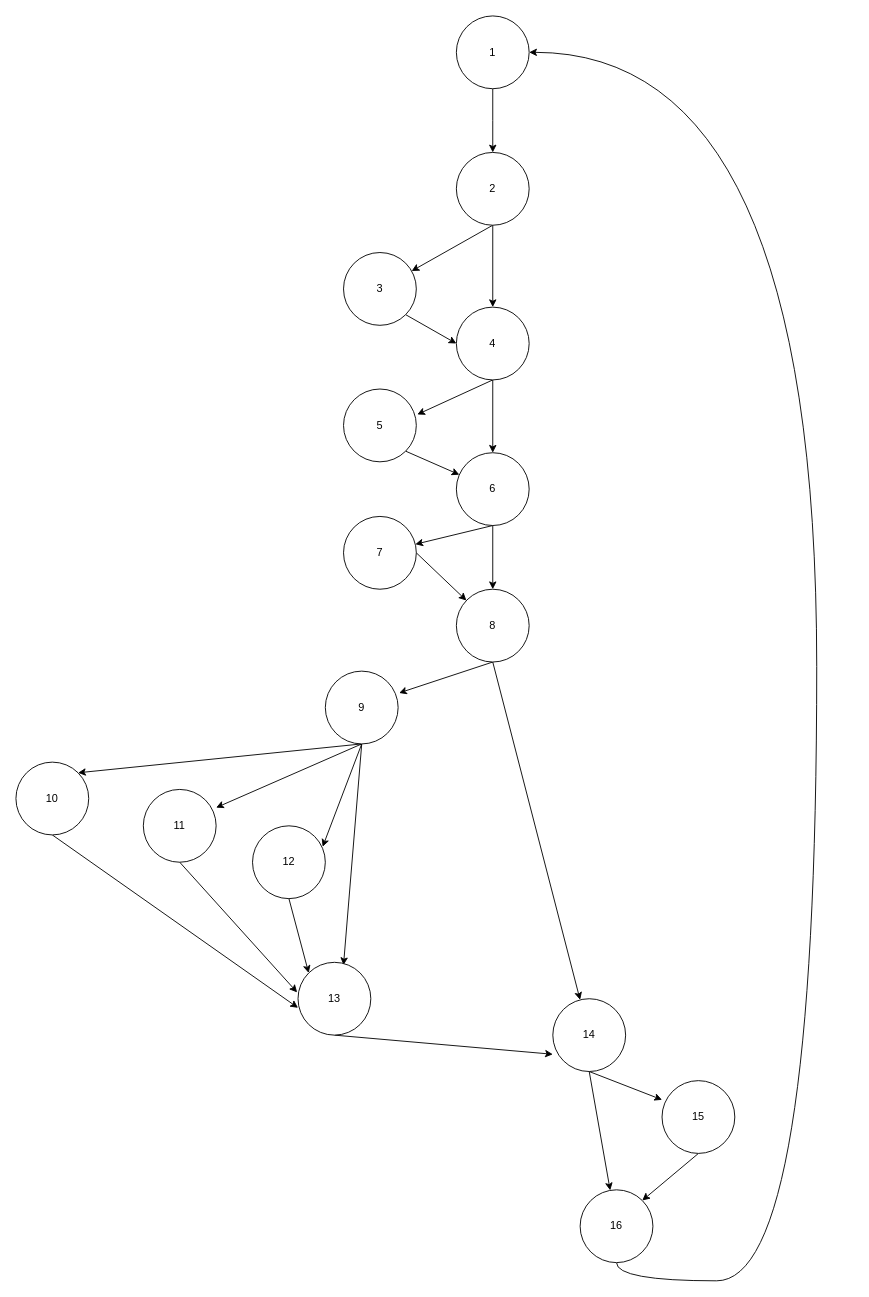
The draw.io diagram MCC_PWFE.drawio in robbiemcgugan-18/Dissertation_Diagrams, before the edit. Source tidied: cells renumbered, new cells numbered last; positions are measured from the earlier drawing's top-left corner, leaving out a move shared by most shapes. Both pictures are drawn from the tidied source at 91%, with x=0, y=0 at pixel (15, 15).
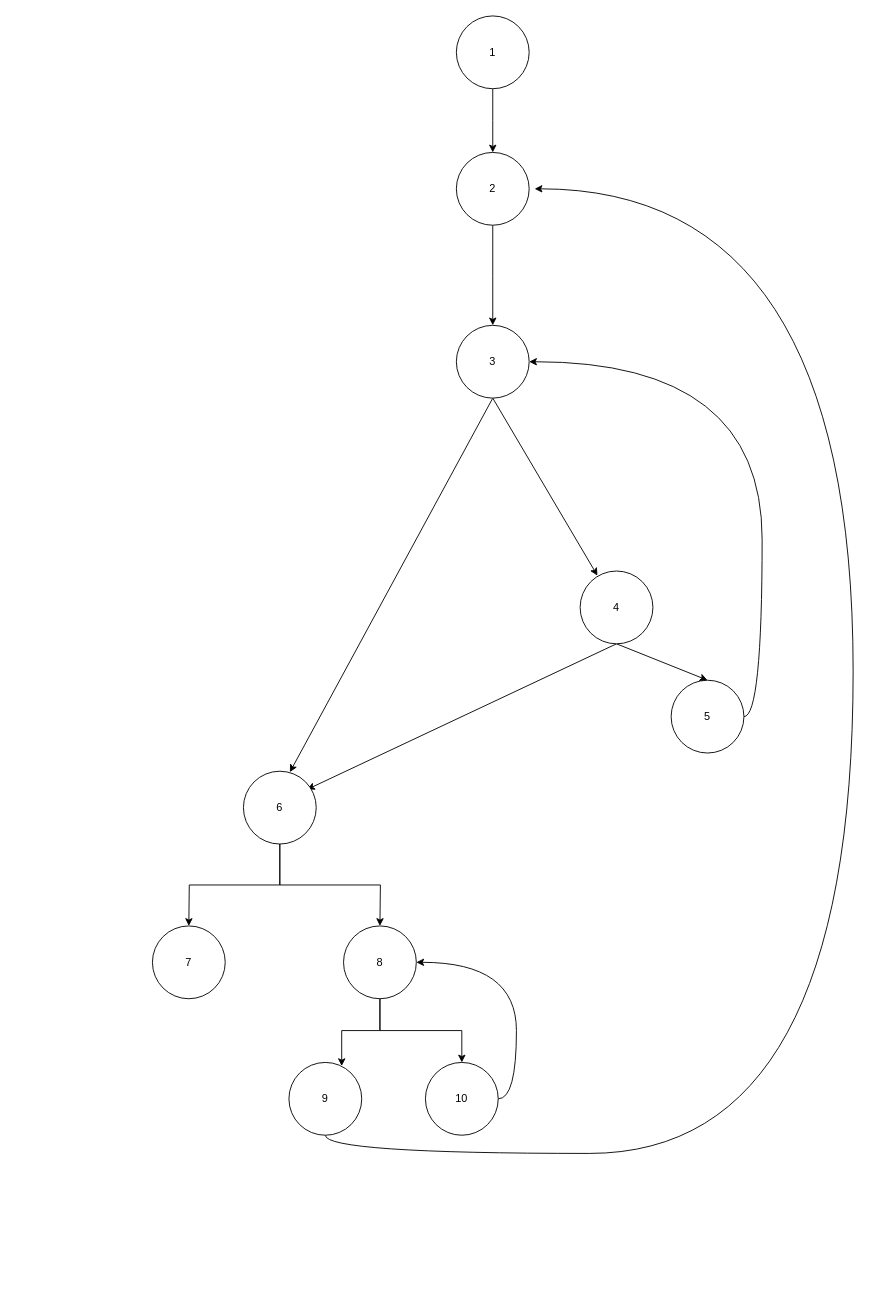
The same page after the edit.

Unchanged cells that the change refers to:
```xml
<mxCell id="3" value="1" style="ellipse;whiteSpace=wrap;html=1;" parent="1" vertex="1">
  <mxGeometry x="484" width="80" height="80" as="geometry" />
</mxCell>
<mxCell id="6" value="2" style="ellipse;whiteSpace=wrap;html=1;" parent="1" vertex="1">
  <mxGeometry x="484" y="150" width="80" height="80" as="geometry" />
</mxCell>
```

What changed in the source:
```diff
@@
-    <mxCell id="4" style="rounded=0;jettySize=auto;html=1;exitX=0.5;exitY=1;exitDx=0;exitDy=0;" parent="1" edge="1" source="6" target="8">
-      <mxGeometry relative="1" as="geometry" />
-    </mxCell>
-    <mxCell id="5" style="edgeStyle=orthogonalEdgeStyle;rounded=0;jettySize=auto;html=1;exitX=0.5;exitY=1;exitDx=0;exitDy=0;" parent="1" edge="1" source="6" target="11">
-      <mxGeometry relative="1" as="geometry" />
-    </mxCell>
+    <mxCell id="42" style="edgeStyle=orthogonalEdgeStyle;rounded=0;jettySize=auto;html=1;" parent="1" edge="1" source="6">
+      <mxGeometry relative="1" as="geometry">
+        <mxPoint x="524" y="340" as="targetPoint" />
+      </mxGeometry>
+    </mxCell>
@@
-    <mxCell id="7" style="rounded=0;jettySize=auto;html=1;exitX=1;exitY=1;exitDx=0;exitDy=0;entryX=0;entryY=0.5;entryDx=0;entryDy=0;" parent="1" edge="1" source="8" target="11">
+    <mxCell id="7" style="rounded=0;jettySize=auto;html=1;exitX=0.5;exitY=1;exitDx=0;exitDy=0;entryX=0.238;entryY=0.063;entryDx=0;entryDy=0;entryPerimeter=0;" parent="1" edge="1" source="8" target="11">
       <mxGeometry relative="1" as="geometry" />
     </mxCell>
+    <mxCell id="43" style="rounded=0;jettySize=auto;html=1;exitX=0.5;exitY=1;exitDx=0;exitDy=0;entryX=0.638;entryY=0.013;entryDx=0;entryDy=0;entryPerimeter=0;" parent="1" edge="1" source="8" target="16">
+      <mxGeometry relative="1" as="geometry" />
+    </mxCell>
     <mxCell id="8" value="3" style="ellipse;whiteSpace=wrap;html=1;" parent="1" vertex="1">
-      <mxGeometry x="360" y="260" width="80" height="80" as="geometry" />
+      <mxGeometry x="484" y="340" width="80" height="80" as="geometry" />
     </mxCell>
-    <mxCell id="9" style="rounded=0;jettySize=auto;html=1;exitX=0.5;exitY=1;exitDx=0;exitDy=0;entryX=1.013;entryY=0.35;entryDx=0;entryDy=0;entryPerimeter=0;" parent="1" edge="1" source="11" target="13">
-      <mxGeometry relative="1" as="geometry" />
-    </mxCell>
-    <mxCell id="10" style="edgeStyle=orthogonalEdgeStyle;rounded=0;jettySize=auto;html=1;exitX=0.5;exitY=1;exitDx=0;exitDy=0;entryX=0.5;entryY=0;entryDx=0;entryDy=0;" parent="1" edge="1" source="11" target="16">
+    <mxCell id="10" style="rounded=0;jettySize=auto;html=1;exitX=0.5;exitY=1;exitDx=0;exitDy=0;entryX=0.875;entryY=0.25;entryDx=0;entryDy=0;entryPerimeter=0;" parent="1" edge="1" source="11" target="16">
       <mxGeometry relative="1" as="geometry" />
     </mxCell>
+    <mxCell id="44" style="rounded=0;jettySize=auto;html=1;exitX=0.5;exitY=1;exitDx=0;exitDy=0;" parent="1" edge="1" source="11">
+      <mxGeometry relative="1" as="geometry">
+        <mxPoint x="760" y="730" as="targetPoint" />
+      </mxGeometry>
+    </mxCell>
     <mxCell id="11" value="4" style="ellipse;whiteSpace=wrap;html=1;" parent="1" vertex="1">
-      <mxGeometry x="484" y="320" width="80" height="80" as="geometry" />
+      <mxGeometry x="620" y="610" width="80" height="80" as="geometry" />
     </mxCell>
-    <mxCell id="12" style="rounded=0;jettySize=auto;html=1;exitX=1;exitY=1;exitDx=0;exitDy=0;" parent="1" edge="1" source="13" target="16">
-      <mxGeometry relative="1" as="geometry" />
-    </mxCell>
+    <mxCell id="45" style="edgeStyle=orthogonalEdgeStyle;rounded=0;jettySize=auto;html=1;exitX=0.5;exitY=1;exitDx=0;exitDy=0;" parent="1" edge="1" source="16">
+      <mxGeometry relative="1" as="geometry">
+        <mxPoint x="400" y="1000" as="targetPoint" />
+      </mxGeometry>
+    </mxCell>
+    <mxCell id="46" style="edgeStyle=orthogonalEdgeStyle;rounded=0;jettySize=auto;html=1;exitX=0.5;exitY=1;exitDx=0;exitDy=0;" parent="1" edge="1" source="16">
+      <mxGeometry relative="1" as="geometry">
+        <mxPoint x="190" y="1000" as="targetPoint" />
+      </mxGeometry>
+    </mxCell>
+    <mxCell id="16" value="6" style="ellipse;whiteSpace=wrap;html=1;" parent="1" vertex="1">
+      <mxGeometry x="250" y="830" width="80" height="80" as="geometry" />
+    </mxCell>
+    <mxCell id="47" style="edgeStyle=orthogonalEdgeStyle;jettySize=auto;html=1;exitX=1;exitY=0.5;exitDx=0;exitDy=0;entryX=1;entryY=0.5;entryDx=0;entryDy=0;curved=1;" parent="1" edge="1" source="13" target="8">
+      <mxGeometry relative="1" as="geometry" />
+    </mxCell>
     <mxCell id="13" value="5" style="ellipse;whiteSpace=wrap;html=1;" parent="1" vertex="1">
-      <mxGeometry x="360" y="410" width="80" height="80" as="geometry" />
+      <mxGeometry x="720" y="730" width="80" height="80" as="geometry" />
     </mxCell>
-    <mxCell id="14" style="rounded=0;jettySize=auto;html=1;exitX=0.5;exitY=1;exitDx=0;exitDy=0;" parent="1" edge="1" source="16" target="18">
-      <mxGeometry relative="1" as="geometry" />
-    </mxCell>
-    <mxCell id="15" style="edgeStyle=orthogonalEdgeStyle;rounded=0;jettySize=auto;html=1;exitX=0.5;exitY=1;exitDx=0;exitDy=0;" parent="1" edge="1" source="16" target="21">
-      <mxGeometry relative="1" as="geometry" />
-    </mxCell>
-    <mxCell id="16" value="6" style="ellipse;whiteSpace=wrap;html=1;" parent="1" vertex="1">
-      <mxGeometry x="484" y="480" width="80" height="80" as="geometry" />
-    </mxCell>
-    <mxCell id="17" style="rounded=0;jettySize=auto;html=1;exitX=1;exitY=0.5;exitDx=0;exitDy=0;" parent="1" edge="1" source="18" target="21">
-      <mxGeometry relative="1" as="geometry" />
-    </mxCell>
+    <mxCell id="19" style="edgeStyle=orthogonalEdgeStyle;rounded=0;jettySize=auto;html=1;exitX=0.5;exitY=1;exitDx=0;exitDy=0;entryX=0.725;entryY=0.05;entryDx=0;entryDy=0;entryPerimeter=0;" parent="1" edge="1" source="21" target="26">
+      <mxGeometry relative="1" as="geometry" />
+    </mxCell>
+    <mxCell id="48" style="edgeStyle=orthogonalEdgeStyle;rounded=0;jettySize=auto;html=1;exitX=0.5;exitY=1;exitDx=0;exitDy=0;" parent="1" edge="1" source="21" target="37">
+      <mxGeometry relative="1" as="geometry" />
+    </mxCell>
+    <mxCell id="21" value="8" style="ellipse;whiteSpace=wrap;html=1;" parent="1" vertex="1">
+      <mxGeometry x="360" y="1000" width="80" height="80" as="geometry" />
+    </mxCell>
     <mxCell id="18" value="7" style="ellipse;whiteSpace=wrap;html=1;" parent="1" vertex="1">
-      <mxGeometry x="360" y="550" width="80" height="80" as="geometry" />
+      <mxGeometry x="150" y="1000" width="80" height="80" as="geometry" />
     </mxCell>
-    <mxCell id="19" style="rounded=0;jettySize=auto;html=1;exitX=0.5;exitY=1;exitDx=0;exitDy=0;entryX=1.013;entryY=0.3;entryDx=0;entryDy=0;entryPerimeter=0;" parent="1" edge="1" source="21" target="26">
-      <mxGeometry relative="1" as="geometry" />
-    </mxCell>
-    <mxCell id="20" style="rounded=0;jettySize=auto;html=1;exitX=0.5;exitY=1;exitDx=0;exitDy=0;" parent="1" edge="1" source="21" target="29">
-      <mxGeometry relative="1" as="geometry" />
-    </mxCell>
-    <mxCell id="21" value="8" style="ellipse;whiteSpace=wrap;html=1;" parent="1" vertex="1">
-      <mxGeometry x="484" y="630" width="80" height="80" as="geometry" />
-    </mxCell>
-    <mxCell id="22" style="rounded=0;jettySize=auto;html=1;exitX=0.5;exitY=1;exitDx=0;exitDy=0;entryX=1;entryY=0;entryDx=0;entryDy=0;" parent="1" edge="1" source="26" target="37">
-      <mxGeometry relative="1" as="geometry" />
-    </mxCell>
-    <mxCell id="23" style="rounded=0;jettySize=auto;html=1;exitX=0.5;exitY=1;exitDx=0;exitDy=0;entryX=1;entryY=0.25;entryDx=0;entryDy=0;entryPerimeter=0;" parent="1" edge="1" source="26" target="39">
-      <mxGeometry relative="1" as="geometry" />
-    </mxCell>
-    <mxCell id="24" style="rounded=0;jettySize=auto;html=1;exitX=0.5;exitY=1;exitDx=0;exitDy=0;entryX=0.963;entryY=0.288;entryDx=0;entryDy=0;entryPerimeter=0;" parent="1" edge="1" source="26" target="41">
-      <mxGeometry relative="1" as="geometry" />
-    </mxCell>
-    <mxCell id="25" style="rounded=0;jettySize=auto;html=1;exitX=0.5;exitY=1;exitDx=0;exitDy=0;entryX=0.625;entryY=0.038;entryDx=0;entryDy=0;entryPerimeter=0;" parent="1" edge="1" source="26" target="35">
-      <mxGeometry relative="1" as="geometry" />
-    </mxCell>
+    <mxCell id="49" style="edgeStyle=orthogonalEdgeStyle;jettySize=auto;html=1;exitX=0.5;exitY=1;exitDx=0;exitDy=0;curved=1;" parent="1" edge="1" source="26">
+      <mxGeometry relative="1" as="geometry">
+        <mxPoint x="570" y="190" as="targetPoint" />
+        <Array as="points">
+          <mxPoint x="340" y="1250" />
+          <mxPoint x="920" y="1250" />
+          <mxPoint x="920" y="190" />
+        </Array>
+      </mxGeometry>
+    </mxCell>
     <mxCell id="26" value="9" style="ellipse;whiteSpace=wrap;html=1;" parent="1" vertex="1">
-      <mxGeometry x="340" y="720" width="80" height="80" as="geometry" />
+      <mxGeometry x="300" y="1150" width="80" height="80" as="geometry" />
     </mxCell>
-    <mxCell id="27" style="rounded=0;jettySize=auto;html=1;exitX=0.5;exitY=1;exitDx=0;exitDy=0;entryX=0;entryY=0.263;entryDx=0;entryDy=0;entryPerimeter=0;" parent="1" edge="1" source="29" target="31">
-      <mxGeometry relative="1" as="geometry" />
-    </mxCell>
-    <mxCell id="28" style="rounded=0;jettySize=auto;html=1;exitX=0.5;exitY=1;exitDx=0;exitDy=0;" parent="1" edge="1" source="29" target="33">
-      <mxGeometry relative="1" as="geometry" />
-    </mxCell>
-    <mxCell id="29" value="14" style="ellipse;whiteSpace=wrap;html=1;" parent="1" vertex="1">
-      <mxGeometry x="590" y="1080" width="80" height="80" as="geometry" />
-    </mxCell>
-    <mxCell id="30" style="rounded=0;jettySize=auto;html=1;exitX=0.5;exitY=1;exitDx=0;exitDy=0;entryX=1;entryY=0;entryDx=0;entryDy=0;" parent="1" edge="1" source="31" target="33">
-      <mxGeometry relative="1" as="geometry" />
-    </mxCell>
-    <mxCell id="31" value="15" style="ellipse;whiteSpace=wrap;html=1;" parent="1" vertex="1">
-      <mxGeometry x="710" y="1170" width="80" height="80" as="geometry" />
-    </mxCell>
-    <mxCell id="32" style="edgeStyle=orthogonalEdgeStyle;jettySize=auto;html=1;exitX=0.5;exitY=1;exitDx=0;exitDy=0;entryX=1;entryY=0.5;entryDx=0;entryDy=0;curved=1;" parent="1" edge="1" source="33" target="3">
-      <mxGeometry relative="1" as="geometry">
-        <Array as="points">
-          <mxPoint x="660" y="1390" />
-          <mxPoint x="880" y="1390" />
-          <mxPoint x="880" y="40" />
-        </Array>
-      </mxGeometry>
-    </mxCell>
-    <mxCell id="33" value="16" style="ellipse;whiteSpace=wrap;html=1;" parent="1" vertex="1">
-      <mxGeometry x="620" y="1290" width="80" height="80" as="geometry" />
-    </mxCell>
-    <mxCell id="34" style="rounded=0;jettySize=auto;html=1;exitX=0.5;exitY=1;exitDx=0;exitDy=0;entryX=0;entryY=0.763;entryDx=0;entryDy=0;entryPerimeter=0;" parent="1" edge="1" source="35" target="29">
-      <mxGeometry relative="1" as="geometry" />
-    </mxCell>
-    <mxCell id="35" value="13" style="ellipse;whiteSpace=wrap;html=1;" parent="1" vertex="1">
-      <mxGeometry x="310" y="1040" width="80" height="80" as="geometry" />
-    </mxCell>
-    <mxCell id="36" style="rounded=0;jettySize=auto;html=1;exitX=0.5;exitY=1;exitDx=0;exitDy=0;entryX=0;entryY=0.625;entryDx=0;entryDy=0;entryPerimeter=0;" parent="1" edge="1" source="37" target="35">
-      <mxGeometry relative="1" as="geometry" />
-    </mxCell>
+    <mxCell id="50" style="edgeStyle=orthogonalEdgeStyle;jettySize=auto;html=1;exitX=1;exitY=0.5;exitDx=0;exitDy=0;entryX=1;entryY=0.5;entryDx=0;entryDy=0;curved=1;" parent="1" edge="1" source="37" target="21">
+      <mxGeometry relative="1" as="geometry" />
+    </mxCell>
     <mxCell id="37" value="10" style="ellipse;whiteSpace=wrap;html=1;" parent="1" vertex="1">
-      <mxGeometry y="820" width="80" height="80" as="geometry" />
+      <mxGeometry x="450" y="1150" width="80" height="80" as="geometry" />
     </mxCell>
-    <mxCell id="38" style="rounded=0;jettySize=auto;html=1;exitX=0.5;exitY=1;exitDx=0;exitDy=0;entryX=-0.012;entryY=0.413;entryDx=0;entryDy=0;entryPerimeter=0;" parent="1" edge="1" source="39" target="35">
-      <mxGeometry relative="1" as="geometry" />
-    </mxCell>
-    <mxCell id="39" value="11" style="ellipse;whiteSpace=wrap;html=1;" parent="1" vertex="1">
-      <mxGeometry x="140" y="850" width="80" height="80" as="geometry" />
-    </mxCell>
-    <mxCell id="40" style="rounded=0;jettySize=auto;html=1;exitX=0.5;exitY=1;exitDx=0;exitDy=0;entryX=0;entryY=0;entryDx=0;entryDy=0;" parent="1" edge="1" source="41" target="35">
-      <mxGeometry relative="1" as="geometry" />
-    </mxCell>
-    <mxCell id="41" value="12" style="ellipse;whiteSpace=wrap;html=1;" parent="1" vertex="1">
-      <mxGeometry x="260" y="890" width="80" height="80" as="geometry" />
-    </mxCell>
```
